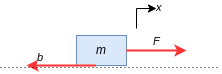
The draw.io diagram colabImages/Tutorial1/Tutorial1_FBD.drawio.png in sasupe/DIY-Controls, before a commit. Source tidied: cells renumbered, new cells last; positions are measured from the earlier drawing's top-left corner, leaving out a move shared by most shapes.
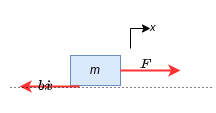
After the change.

The edit, as a diff of the source:
```diff
@@ -1,11 +1,11 @@
-<mxGraphModel background="#ffffff">
+<mxGraphModel background="#ffffff" math="1">
   <root>
     <mxCell id="0" />
     <mxCell id="1" parent="0" />
     <mxCell id="2" value="&lt;i&gt;m&lt;/i&gt;" style="rounded=0;whiteSpace=wrap;html=1;fillColor=#dae8fc;strokeColor=#6c8ebf;" parent="1" vertex="1">
       <mxGeometry x="76" y="27" width="50" height="30" as="geometry" />
     </mxCell>
-    <mxCell id="3" value="&lt;i&gt;F&lt;/i&gt;" style="endArrow=classic;html=1;rounded=0;strokeWidth=2;strokeColor=#FF3333;spacingBottom=0;labelPosition=center;verticalLabelPosition=top;align=center;verticalAlign=bottom;" parent="1" edge="1">
+    <mxCell id="3" style="endArrow=classic;html=1;rounded=0;strokeWidth=2;strokeColor=#FF3333;spacingBottom=0;labelPosition=center;verticalLabelPosition=top;align=center;verticalAlign=bottom;" parent="1" edge="1">
       <mxGeometry relative="1" as="geometry">
         <mxPoint x="126" y="42" as="sourcePoint" />
         <mxPoint x="186" y="42" as="targetPoint" />
@@ -20,22 +20,26 @@
         </Array>
       </mxGeometry>
     </mxCell>
-    <mxCell id="5" style="endArrow=classic;html=1;rounded=0;fontColor=#000000;strokeColor=#FF3333;strokeWidth=2;" parent="1" edge="1">
-      <mxGeometry relative="1" as="geometry">
-        <mxPoint x="95" y="57" as="sourcePoint" />
-        <mxPoint x="26" y="57" as="targetPoint" />
-      </mxGeometry>
-    </mxCell>
+    <mxCell id="8" value="&lt;pre style=&quot;margin-top: 0px; margin-bottom: calc(var(--s-prose-spacing) + 0.4em); padding: var(--su12); border: 0px; font-variant-numeric: inherit; font-variant-east-asian: inherit; font-stretch: inherit; line-height: var(--lh-md); font-family: var(--ff-mono); font-size: var(--fs-body1); vertical-align: baseline; box-sizing: inherit; width: auto; max-height: 600px; overflow: auto; background-color: var(--highlight-bg); border-radius: var(--br-md); color: var(--highlight-color); overflow-wrap: normal; text-align: left;&quot; class=&quot;lang-tex s-code-block&quot;&gt;&lt;br&gt;&lt;/pre&gt;" style="endArrow=classic;html=1;rounded=0;strokeWidth=2;strokeColor=#FF3333;spacingBottom=0;labelPosition=center;verticalLabelPosition=top;align=center;verticalAlign=bottom;" parent="1" edge="1">
+      <mxGeometry relative="1" as="geometry">
+        <mxPoint x="85" y="58" as="sourcePoint" />
+        <mxPoint x="25" y="58" as="targetPoint" />
+      </mxGeometry>
+    </mxCell>
-    <mxCell id="6" style="endArrow=none;dashed=1;html=1;dashPattern=1 3;strokeWidth=1;rounded=0;fontColor=#000000;fontSize=5;" parent="1" edge="1">
+    <mxCell id="6" style="endArrow=none;dashed=1;html=1;dashPattern=1 3;strokeWidth=1;rounded=0;fontColor=#000000;fontSize=5;startArrow=none;" parent="1" edge="1">
       <mxGeometry relative="1" as="geometry">
-        <mxPoint y="59" as="sourcePoint" />
+        <mxPoint x="16" y="59" as="sourcePoint" />
         <mxPoint x="220" y="59" as="targetPoint" />
       </mxGeometry>
     </mxCell>
-    <mxCell id="7" value="b" style="edgeLabel;html=1;align=right;verticalAlign=bottom;fontSize=11;fontColor=#000000;labelPosition=left;verticalLabelPosition=top;spacingBottom=-2;fontStyle=2;" parent="6" vertex="1">
-      <mxGeometry x="-0.64" y="4" relative="1" as="geometry">
-        <mxPoint x="3" as="offset" />
-      </mxGeometry>
-    </mxCell>
+    <mxCell id="9" value="&lt;span style=&quot;text-align: left;&quot;&gt;$$b\dot{x}$$&lt;br&gt;&lt;/span&gt;" style="text;html=1;align=center;verticalAlign=middle;strokeColor=none;fillColor=none;" parent="1" vertex="1">
+      <mxGeometry x="6" y="43" width="90" height="30" as="geometry" />
+    </mxCell>
+    <mxCell id="10" value="&lt;span style=&quot;color: rgba(0, 0, 0, 0); font-family: monospace; font-size: 0px; text-align: start;&quot;&gt;%3CmxGraphModel%3E%3Croot%3E%3CmxCell%20id%3D%220%22%2F%3E%3CmxCell%20id%3D%221%22%20parent%3D%220%22%2F%3E%3CmxCell%20id%3D%222%22%20value%3D%22%26lt%3Bspan%20style%3D%26quot%3Btext-align%3A%20left%3B%26quot%3B%26gt%3B%24%24b%5Cdot%7Bx%7D%24%24%26lt%3Bbr%26gt%3B%26lt%3B%2Fspan%26gt%3B%22%20style%3D%22text%3Bhtml%3D1%3Balign%3Dcenter%3BverticalAlign%3Dmiddle%3Bresizable%3D0%3Bpoints%3D%5B%5D%3Bautosize%3D1%3BstrokeColor%3Dnone%3BfillColor%3Dnone%3B%22%20vertex%3D%221%22%20parent%3D%221%22%3E%3CmxGeometry%20x%3D%22315%22%20y%3D%22277%22%20width%3D%2290%22%20height%3D%2230%22%20as%3D%22geometry%22%2F%3E%3C%2FmxCell%3E%3C%2Froot%3E%3C%2FmxGraphModel%3E&lt;/span&gt;" style="text;html=1;align=center;verticalAlign=middle;strokeColor=none;fillColor=none;" parent="1" vertex="1">
+      <mxGeometry x="66" y="-28" width="20" height="30" as="geometry" />
+    </mxCell>
+    <mxCell id="11" value="$$F$$" style="text;html=1;align=center;verticalAlign=middle;strokeColor=none;fillColor=none;" parent="1" vertex="1">
+      <mxGeometry x="121" y="21" width="60" height="30" as="geometry" />
+    </mxCell>
   </root>
 </mxGraphModel>
```
